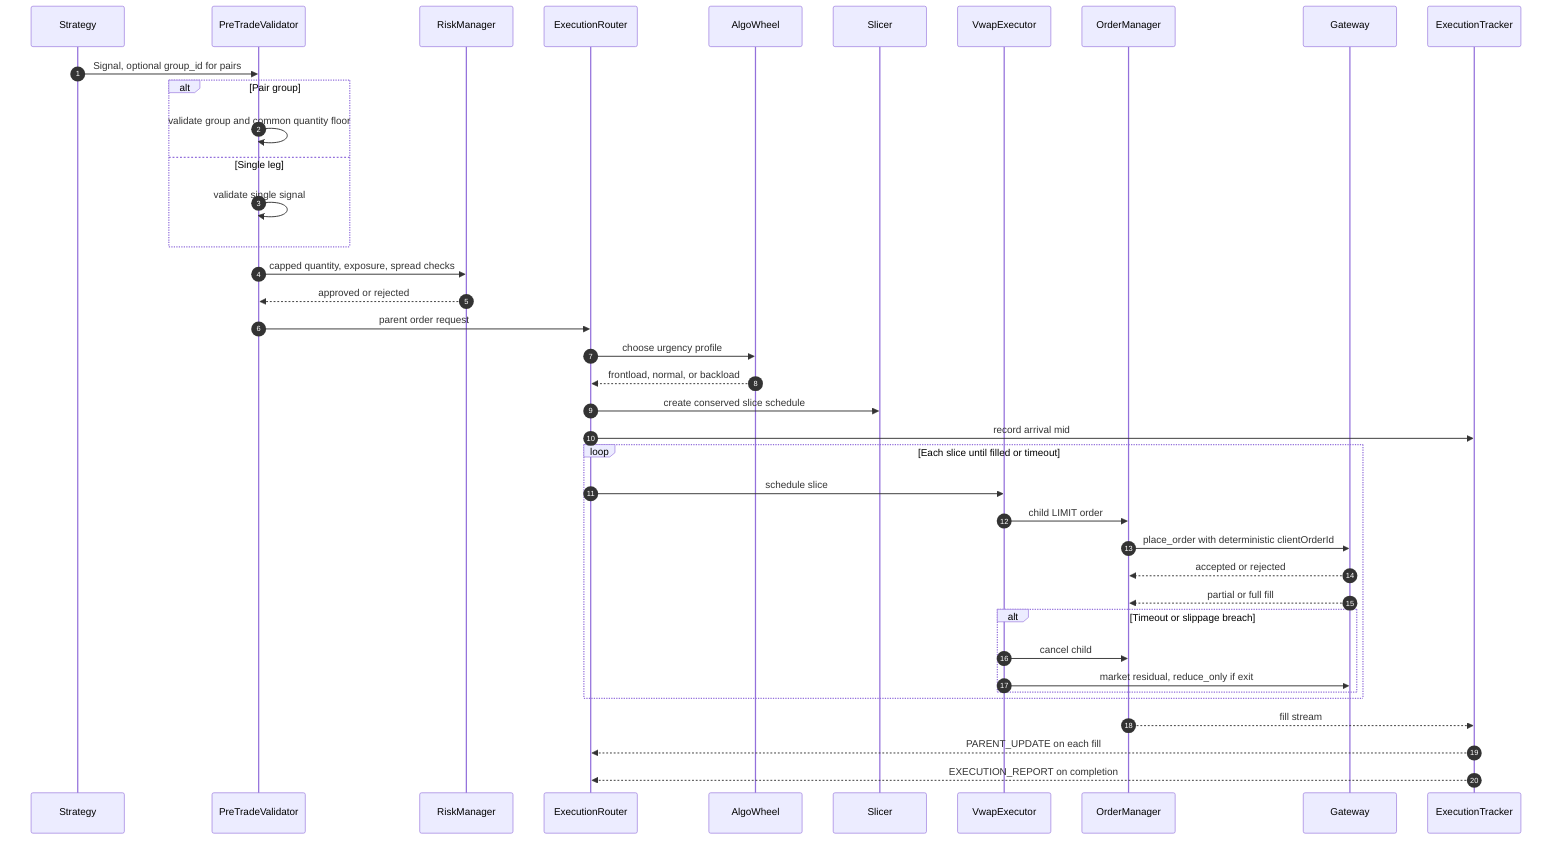
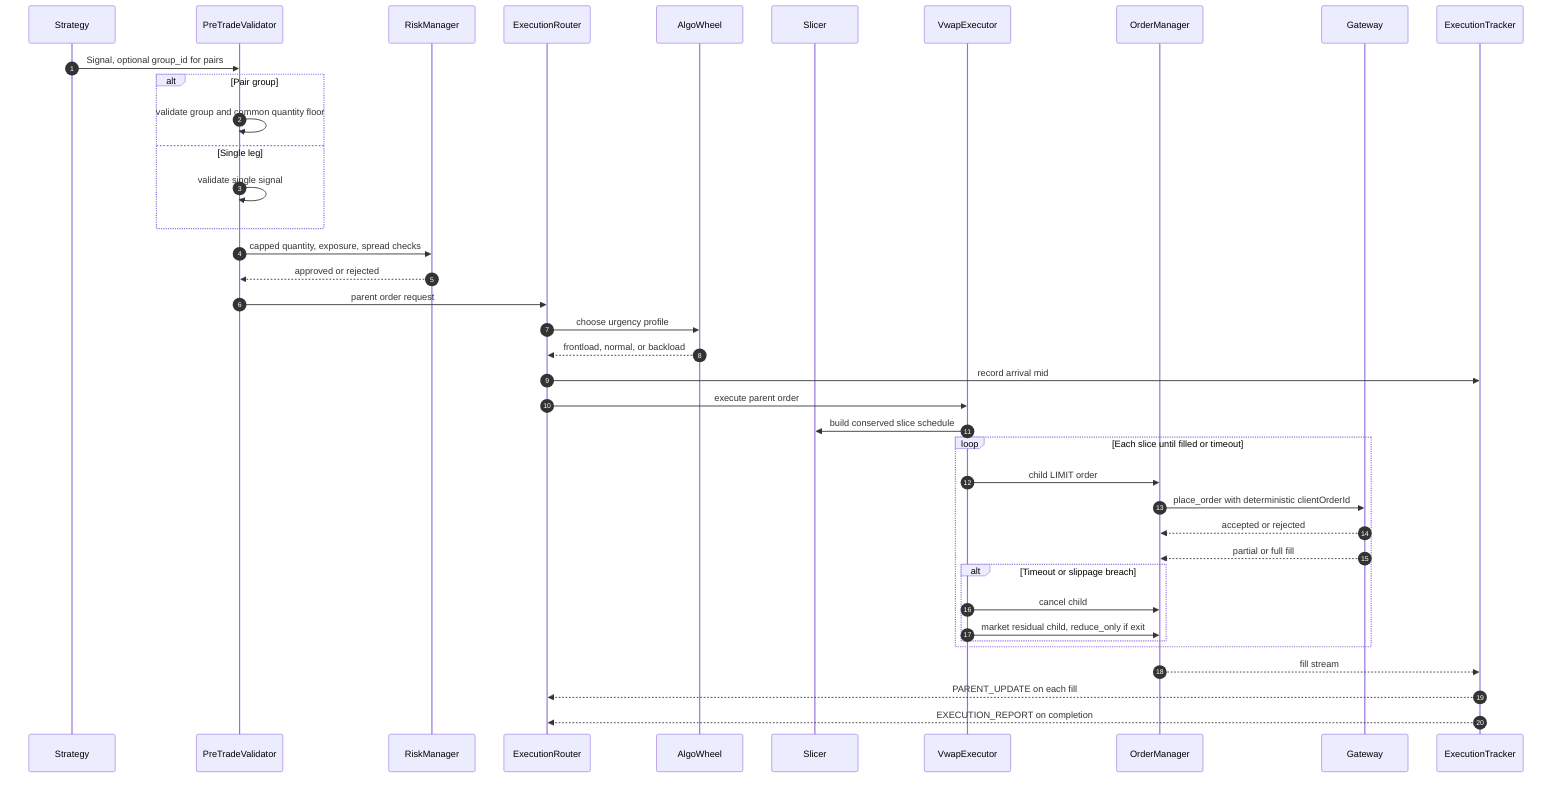
%% Parent-order execution - signal to venue fills
sequenceDiagram
    autonumber
    participant Strategy
    participant PreTrade as PreTradeValidator
    participant Risk as RiskManager
    participant Router as ExecutionRouter
    participant Wheel as AlgoWheel
    participant Slicer
    participant VWAP as VwapExecutor
    participant OMS as OrderManager
    participant Gateway
    participant TCA as ExecutionTracker

    Strategy->>PreTrade: Signal, optional group_id for pairs
    alt Pair group
        PreTrade->>PreTrade: validate group and common quantity floor
    else Single leg
        PreTrade->>PreTrade: validate single signal
    end

    PreTrade->>Risk: capped quantity, exposure, spread checks
    Risk-->>PreTrade: approved or rejected
    PreTrade->>Router: parent order request
    Router->>Wheel: choose urgency profile
    Wheel-->>Router: frontload, normal, or backload
-     Router->>Slicer: create conserved slice schedule
    Router->>TCA: record arrival mid
+     Router->>VWAP: execute parent order
+     VWAP->>Slicer: build conserved slice schedule

    loop Each slice until filled or timeout
-         Router->>VWAP: schedule slice
        VWAP->>OMS: child LIMIT order
        OMS->>Gateway: place_order with deterministic clientOrderId
        Gateway-->>OMS: accepted or rejected
        Gateway-->>OMS: partial or full fill
        alt Timeout or slippage breach
            VWAP->>OMS: cancel child
-             VWAP->>Gateway: market residual, reduce_only if exit
+             VWAP->>OMS: market residual child, reduce_only if exit
        end
    end

    OMS-->>TCA: fill stream
    TCA-->>Router: PARENT_UPDATE on each fill
    TCA-->>Router: EXECUTION_REPORT on completion
